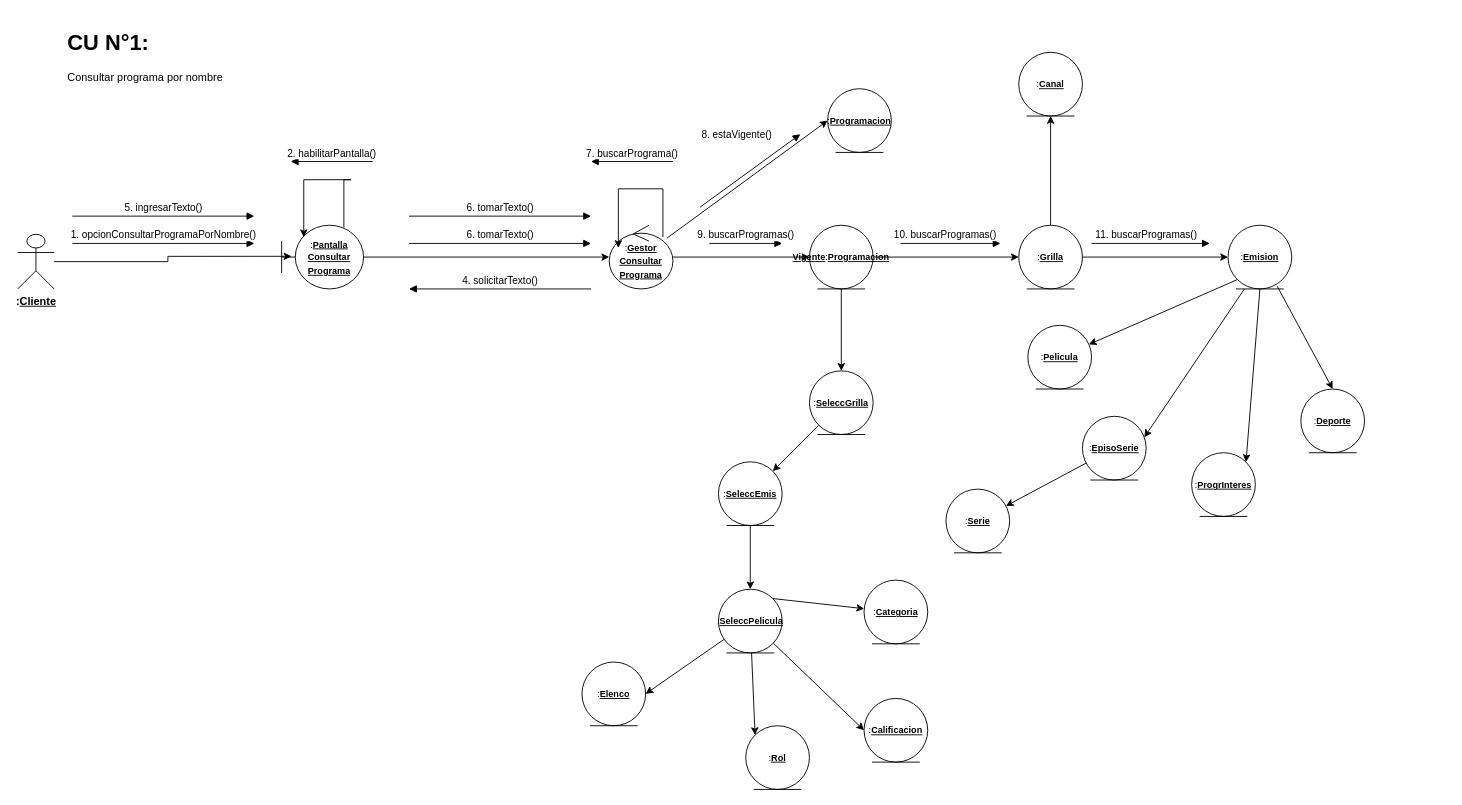
This is page "DiagCom" (1 of 2) of EmpresaCableDiagCom.drawio from narielponce/Prueba, a draw.io file, before an edit. Source tidied: cells renumbered, new cells numbered last; positions are measured from the earlier drawing's top-left corner, leaving out a move shared by most shapes. Both pictures are drawn from the tidied source at 91%, with x=0, y=0 at pixel (17, 25).
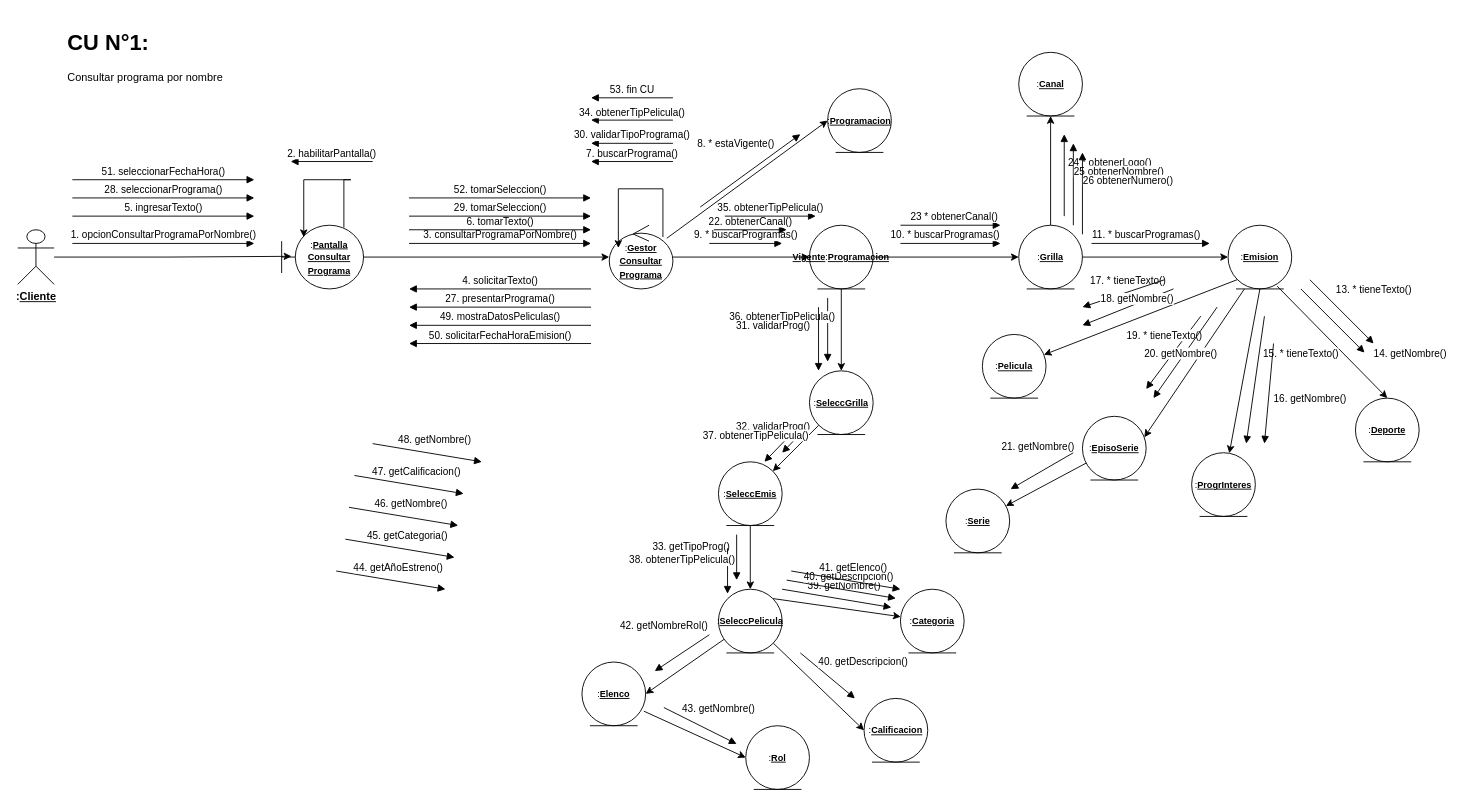
Above is the later version.

Unchanged cells that the change refers to:
```xml
<mxCell id="31" value="&lt;font style=&quot;font-size: 10px&quot;&gt;:&lt;u&gt;&lt;b&gt;Emision&lt;/b&gt;&lt;/u&gt;&lt;/font&gt;" style="ellipse;shape=umlEntity;whiteSpace=wrap;html=1;" parent="1" vertex="1">
  <mxGeometry x="1330" y="220" width="70" height="70" as="geometry" />
</mxCell>
<mxCell id="37" value="&lt;font style=&quot;font-size: 10px&quot;&gt;:&lt;u&gt;&lt;b&gt;ProgrInteres&lt;/b&gt;&lt;/u&gt;&lt;/font&gt;" style="ellipse;shape=umlEntity;whiteSpace=wrap;html=1;" parent="1" vertex="1">
  <mxGeometry x="1290" y="470" width="70" height="70" as="geometry" />
</mxCell>
<mxCell id="50" value="&lt;font style=&quot;font-size: 10px&quot;&gt;:&lt;u&gt;&lt;b&gt;SeleccPelicula&lt;/b&gt;&lt;/u&gt;&lt;/font&gt;" style="ellipse;shape=umlEntity;whiteSpace=wrap;html=1;" parent="1" vertex="1">
  <mxGeometry x="770" y="620" width="70" height="70" as="geometry" />
</mxCell>
<mxCell id="53" value="&lt;font style=&quot;font-size: 10px&quot;&gt;:&lt;u&gt;&lt;b&gt;Rol&lt;/b&gt;&lt;/u&gt;&lt;/font&gt;" style="ellipse;shape=umlEntity;whiteSpace=wrap;html=1;" parent="1" vertex="1">
  <mxGeometry x="800" y="770" width="70" height="70" as="geometry" />
</mxCell>
<mxCell id="54" value="&lt;font style=&quot;font-size: 10px&quot;&gt;:&lt;u&gt;&lt;b&gt;Elenco&lt;/b&gt;&lt;/u&gt;&lt;/font&gt;" style="ellipse;shape=umlEntity;whiteSpace=wrap;html=1;" parent="1" vertex="1">
  <mxGeometry x="620" y="700" width="70" height="70" as="geometry" />
</mxCell>
```

Diff of the diagram source:
```diff
@@
     <mxCell id="3" value="&lt;b&gt;:&lt;u&gt;Cliente&lt;/u&gt;&lt;/b&gt;" style="shape=umlActor;verticalLabelPosition=bottom;verticalAlign=top;html=1;" parent="1" vertex="1">
-      <mxGeometry y="230" width="40" height="60" as="geometry" />
+      <mxGeometry y="225" width="40" height="60" as="geometry" />
     </mxCell>
@@
-    <mxCell id="12" value="&lt;div&gt;8. estaVigente()&lt;/div&gt;" style="html=1;verticalAlign=bottom;endArrow=block;rounded=0;" parent="1" edge="1">
-      <mxGeometry x="0.08" y="33" relative="1" as="geometry">
+    <mxCell id="12" value="&lt;div&gt;8. * estaVigente()&lt;/div&gt;" style="html=1;verticalAlign=bottom;endArrow=block;rounded=0;" parent="1" edge="1">
+      <mxGeometry x="-0.01" y="25" relative="1" as="geometry">
         <mxPoint x="750" y="200" as="sourcePoint" />
         <mxPoint x="860" y="120" as="targetPoint" />
       </mxGeometry>
     </mxCell>
@@
-    <mxCell id="16" value="&lt;div&gt;6. tomarTexto()&lt;/div&gt;" style="html=1;verticalAlign=bottom;endArrow=block;rounded=0;" parent="1" edge="1">
-      <mxGeometry relative="1" as="geometry">
-        <mxPoint x="430" y="210" as="sourcePoint" />
-        <mxPoint x="630" y="210" as="targetPoint" />
-      </mxGeometry>
-    </mxCell>
@@
-    <mxCell id="21" value="&lt;div&gt;6. tomarTexto()&lt;/div&gt;" style="html=1;verticalAlign=bottom;endArrow=block;rounded=0;" parent="1" edge="1">
+    <mxCell id="21" value="3. consultarProgramaPorNombre()" style="html=1;verticalAlign=bottom;endArrow=block;rounded=0;" parent="1" edge="1">
       <mxGeometry relative="1" as="geometry">
         <mxPoint x="430" y="240" as="sourcePoint" />
         <mxPoint x="630" y="240" as="targetPoint" />
       </mxGeometry>
     </mxCell>
@@
-    <mxCell id="24" value="&lt;div&gt;9. buscarProgramas()&lt;/div&gt;" style="html=1;verticalAlign=bottom;endArrow=block;rounded=0;" parent="1" edge="1">
+    <mxCell id="24" value="&lt;div&gt;9. * buscarProgramas()&lt;/div&gt;" style="html=1;verticalAlign=bottom;endArrow=block;rounded=0;" parent="1" edge="1">
       <mxGeometry relative="1" as="geometry">
         <mxPoint x="760" y="240" as="sourcePoint" />
         <mxPoint x="840" y="240" as="targetPoint" />
       </mxGeometry>
     </mxCell>
@@
-    <mxCell id="28" value="&lt;div&gt;10. buscarProgramas()&lt;/div&gt;" style="html=1;verticalAlign=bottom;endArrow=block;rounded=0;" parent="1" edge="1">
+    <mxCell id="28" value="&lt;div&gt;10. * buscarProgramas()&lt;/div&gt;" style="html=1;verticalAlign=bottom;endArrow=block;rounded=0;" parent="1" edge="1">
       <mxGeometry x="-0.11" relative="1" as="geometry">
         <mxPoint x="970" y="240" as="sourcePoint" />
         <mxPoint x="1080" y="240" as="targetPoint" />
       </mxGeometry>
     </mxCell>
@@
-    <mxCell id="30" value="&lt;div&gt;11. buscarProgramas()&lt;/div&gt;" style="html=1;verticalAlign=bottom;endArrow=block;rounded=0;" parent="1" edge="1">
+    <mxCell id="30" value="&lt;div&gt;11. * buscarProgramas()&lt;/div&gt;" style="html=1;verticalAlign=bottom;endArrow=block;rounded=0;" parent="1" edge="1">
       <mxGeometry x="-0.08" relative="1" as="geometry">
         <mxPoint x="1180" y="240" as="sourcePoint" />
         <mxPoint x="1310" y="240" as="targetPoint" />
       </mxGeometry>
     </mxCell>
@@
-    <mxCell id="33" style="edgeStyle=none;rounded=0;jettySize=auto;html=1;entryX=1;entryY=0;entryDx=0;entryDy=0;fontSize=10;exitX=0.5;exitY=1;exitDx=0;exitDy=0;" parent="1" edge="1" source="31" target="37">
+    <mxCell id="33" style="edgeStyle=none;rounded=0;jettySize=auto;html=1;fontSize=10;exitX=0.5;exitY=1;exitDx=0;exitDy=0;" parent="1" edge="1" source="31" target="37">
       <mxGeometry relative="1" as="geometry" />
     </mxCell>
@@
     <mxCell id="36" value="&lt;font style=&quot;font-size: 10px&quot;&gt;:&lt;u&gt;&lt;b&gt;&lt;font style=&quot;font-size: 10px&quot;&gt;Deporte&lt;/font&gt;&lt;/b&gt;&lt;/u&gt;&lt;/font&gt;" style="ellipse;shape=umlEntity;whiteSpace=wrap;html=1;" parent="1" vertex="1">
-      <mxGeometry x="1410" y="400" width="70" height="70" as="geometry" />
+      <mxGeometry x="1470" y="410" width="70" height="70" as="geometry" />
     </mxCell>
@@
     <mxCell id="41" value="&lt;font style=&quot;font-size: 10px&quot;&gt;:&lt;u&gt;&lt;b&gt;Pelicula&lt;/b&gt;&lt;/u&gt;&lt;/font&gt;" style="ellipse;shape=umlEntity;whiteSpace=wrap;html=1;" parent="1" vertex="1">
-      <mxGeometry x="1110" y="330" width="70" height="70" as="geometry" />
+      <mxGeometry x="1060" y="340" width="70" height="70" as="geometry" />
     </mxCell>
@@
-    <mxCell id="48" style="edgeStyle=none;rounded=0;jettySize=auto;html=1;entryX=0;entryY=0;entryDx=0;entryDy=0;fontSize=10;" parent="1" edge="1" source="50" target="53">
+    <mxCell id="48" style="edgeStyle=none;rounded=0;jettySize=auto;html=1;entryX=0;entryY=0.5;entryDx=0;entryDy=0;fontSize=10;exitX=0.971;exitY=0.771;exitDx=0;exitDy=0;exitPerimeter=0;" parent="1" edge="1" source="54" target="53">
       <mxGeometry relative="1" as="geometry" />
     </mxCell>
@@
     <mxCell id="51" value="&lt;font style=&quot;font-size: 10px&quot;&gt;:&lt;u&gt;&lt;b&gt;Categoria&lt;/b&gt;&lt;/u&gt;&lt;/font&gt;" style="ellipse;shape=umlEntity;whiteSpace=wrap;html=1;" parent="1" vertex="1">
-      <mxGeometry x="930" y="610" width="70" height="70" as="geometry" />
+      <mxGeometry x="970" y="620" width="70" height="70" as="geometry" />
     </mxCell>
@@
+    <mxCell id="55" value="&lt;div&gt;13. * tieneTexto()&lt;/div&gt;" style="html=1;verticalAlign=bottom;endArrow=block;rounded=0;" parent="1" edge="1">
+      <mxGeometry x="0.29" y="35" relative="1" as="geometry">
+        <mxPoint x="1420" y="280" as="sourcePoint" />
+        <mxPoint x="1490" y="350" as="targetPoint" />
+        <mxPoint y="-1" as="offset" />
+      </mxGeometry>
+    </mxCell>
+    <mxCell id="56" value="&lt;div&gt;14. getNombre()&lt;/div&gt;" style="html=1;verticalAlign=bottom;endArrow=block;rounded=0;" parent="1" edge="1">
+      <mxGeometry x="1" y="51" relative="1" as="geometry">
+        <mxPoint x="1410" y="290" as="sourcePoint" />
+        <mxPoint x="1480" y="360" as="targetPoint" />
+        <mxPoint x="14" y="46" as="offset" />
+      </mxGeometry>
+    </mxCell>
+    <mxCell id="57" value="&lt;div&gt;15. * tieneTexto()&lt;/div&gt;" style="html=1;verticalAlign=bottom;endArrow=block;rounded=0;" parent="1" edge="1">
+      <mxGeometry x="-0.38" y="47" relative="1" as="geometry">
+        <mxPoint x="1370" y="320" as="sourcePoint" />
+        <mxPoint x="1350" y="460" as="targetPoint" />
+      </mxGeometry>
+    </mxCell>
+    <mxCell id="58" value="&lt;div&gt;16. getNombre()&lt;/div&gt;" style="html=1;verticalAlign=bottom;endArrow=block;rounded=0;" parent="1" edge="1">
+      <mxGeometry x="0.2" y="46" relative="1" as="geometry">
+        <mxPoint x="1380" y="350" as="sourcePoint" />
+        <mxPoint x="1370" y="460" as="targetPoint" />
+      </mxGeometry>
+    </mxCell>
+    <mxCell id="59" value="&lt;div&gt;19. * tieneTexto()&lt;/div&gt;" style="html=1;verticalAlign=bottom;endArrow=block;rounded=0;" parent="1" edge="1">
+      <mxGeometry x="-0.04" y="-14" relative="1" as="geometry">
+        <mxPoint x="1300" y="320" as="sourcePoint" />
+        <mxPoint x="1240" y="400" as="targetPoint" />
+      </mxGeometry>
+    </mxCell>
+    <mxCell id="60" value="20. getNombre()" style="html=1;verticalAlign=bottom;endArrow=block;rounded=0;" parent="1" edge="1">
+      <mxGeometry x="0.18" y="2" relative="1" as="geometry">
+        <mxPoint x="1318" y="310" as="sourcePoint" />
+        <mxPoint x="1248" y="410" as="targetPoint" />
+      </mxGeometry>
+    </mxCell>
+    <mxCell id="61" value="&lt;div&gt;17. * tieneTexto()&lt;/div&gt;" style="html=1;verticalAlign=bottom;endArrow=block;rounded=0;" parent="1" edge="1">
+      <mxGeometry x="-0.14" y="-19" relative="1" as="geometry">
+        <mxPoint x="1270" y="290" as="sourcePoint" />
+        <mxPoint x="1170" y="330" as="targetPoint" />
+        <mxPoint y="1" as="offset" />
+      </mxGeometry>
+    </mxCell>
+    <mxCell id="62" value="&lt;div&gt;18. getNombre()&lt;/div&gt;" style="html=1;verticalAlign=bottom;endArrow=block;rounded=0;" parent="1" edge="1">
+      <mxGeometry x="-0.2" y="19" relative="1" as="geometry">
+        <mxPoint x="1260" y="280" as="sourcePoint" />
+        <mxPoint x="1170" y="310" as="targetPoint" />
+      </mxGeometry>
+    </mxCell>
+    <mxCell id="63" value="&lt;div&gt;21. getNombre()&lt;/div&gt;" style="html=1;verticalAlign=bottom;endArrow=block;rounded=0;" parent="1" edge="1">
+      <mxGeometry x="-0.14" y="-19" relative="1" as="geometry">
+        <mxPoint x="1160" y="470" as="sourcePoint" />
+        <mxPoint x="1091" y="510" as="targetPoint" />
+        <mxPoint y="1" as="offset" />
+      </mxGeometry>
+    </mxCell>
+    <mxCell id="64" value="&lt;div&gt;22. obtenerCanal()&lt;/div&gt;" style="html=1;verticalAlign=bottom;endArrow=block;rounded=0;" parent="1" edge="1">
+      <mxGeometry relative="1" as="geometry">
+        <mxPoint x="765" y="225" as="sourcePoint" />
+        <mxPoint x="845" y="225" as="targetPoint" />
+      </mxGeometry>
+    </mxCell>
+    <mxCell id="65" value="&lt;div&gt;23 * obtenerCanal()&lt;/div&gt;" style="html=1;verticalAlign=bottom;endArrow=block;rounded=0;" parent="1" edge="1">
+      <mxGeometry x="0.07" relative="1" as="geometry">
+        <mxPoint x="970" y="220" as="sourcePoint" />
+        <mxPoint x="1080" y="220" as="targetPoint" />
+      </mxGeometry>
+    </mxCell>
+    <mxCell id="66" value="&lt;div&gt;24 * obtenerLogo()&lt;/div&gt;" style="html=1;verticalAlign=bottom;endArrow=block;rounded=0;" parent="1" edge="1">
+      <mxGeometry x="0.11" y="-50" relative="1" as="geometry">
+        <mxPoint x="1150" y="210" as="sourcePoint" />
+        <mxPoint x="1150" y="120" as="targetPoint" />
+      </mxGeometry>
+    </mxCell>
+    <mxCell id="67" value="&lt;div&gt;25 obtenerNombre()&lt;/div&gt;" style="html=1;verticalAlign=bottom;endArrow=block;rounded=0;" parent="1" edge="1">
+      <mxGeometry x="0.11" y="-50" relative="1" as="geometry">
+        <mxPoint x="1160" y="220" as="sourcePoint" />
+        <mxPoint x="1160" y="130" as="targetPoint" />
+      </mxGeometry>
+    </mxCell>
+    <mxCell id="68" value="&lt;div&gt;26 obtenerNumero()&lt;/div&gt;" style="html=1;verticalAlign=bottom;endArrow=block;rounded=0;" parent="1" edge="1">
+      <mxGeometry x="0.11" y="-50" relative="1" as="geometry">
+        <mxPoint x="1170" y="230" as="sourcePoint" />
+        <mxPoint x="1170" y="140" as="targetPoint" />
+      </mxGeometry>
+    </mxCell>
+    <mxCell id="69" value="&lt;div&gt;27. presentarPrograma()&lt;/div&gt;" style="html=1;verticalAlign=bottom;endArrow=block;rounded=0;" parent="1" edge="1">
+      <mxGeometry relative="1" as="geometry">
+        <mxPoint x="630" y="310" as="sourcePoint" />
+        <mxPoint x="430" y="310" as="targetPoint" />
+      </mxGeometry>
+    </mxCell>
+    <mxCell id="70" value="&lt;div&gt;28. seleccionarPrograma()&lt;/div&gt;" style="html=1;verticalAlign=bottom;endArrow=block;rounded=0;" parent="1" edge="1">
+      <mxGeometry relative="1" as="geometry">
+        <mxPoint x="60" y="190" as="sourcePoint" />
+        <mxPoint x="260" y="190" as="targetPoint" />
+      </mxGeometry>
+    </mxCell>
+    <mxCell id="16" value="&lt;div&gt;6. tomarTexto()&lt;/div&gt;" style="html=1;verticalAlign=bottom;endArrow=block;rounded=0;" parent="1" edge="1">
+      <mxGeometry relative="1" as="geometry">
+        <mxPoint x="430" y="225" as="sourcePoint" />
+        <mxPoint x="630" y="225" as="targetPoint" />
+      </mxGeometry>
+    </mxCell>
+    <mxCell id="71" value="&lt;div&gt;29. tomarSeleccion()&lt;/div&gt;" style="html=1;verticalAlign=bottom;endArrow=block;rounded=0;" parent="1" edge="1">
+      <mxGeometry relative="1" as="geometry">
+        <mxPoint x="430" y="210" as="sourcePoint" />
+        <mxPoint x="630" y="210" as="targetPoint" />
+      </mxGeometry>
+    </mxCell>
+    <mxCell id="72" value="30. validarTipoPrograma()" style="html=1;verticalAlign=bottom;endArrow=block;rounded=0;" parent="1" edge="1">
+      <mxGeometry relative="1" as="geometry">
+        <mxPoint x="720" y="130" as="sourcePoint" />
+        <mxPoint x="630" y="130" as="targetPoint" />
+      </mxGeometry>
+    </mxCell>
+    <mxCell id="73" value="&lt;div&gt;36. obtenerTipPelicula()&lt;/div&gt;" style="html=1;verticalAlign=bottom;endArrow=block;rounded=0;" parent="1" edge="1">
+      <mxGeometry x="-0.14" y="-50" relative="1" as="geometry">
+        <mxPoint x="890" y="300" as="sourcePoint" />
+        <mxPoint x="890" y="370" as="targetPoint" />
+      </mxGeometry>
+    </mxCell>
+    <mxCell id="74" value="&lt;div&gt;32. validarProg()&lt;/div&gt;" style="html=1;verticalAlign=bottom;endArrow=block;rounded=0;" parent="1" edge="1">
+      <mxGeometry x="0.64" y="-21" relative="1" as="geometry">
+        <mxPoint x="869" y="440" as="sourcePoint" />
+        <mxPoint x="840" y="470" as="targetPoint" />
+      </mxGeometry>
+    </mxCell>
+    <mxCell id="75" value="&lt;div&gt;33. getTipoProg()&lt;/div&gt;" style="html=1;verticalAlign=bottom;endArrow=block;rounded=0;" parent="1" edge="1">
+      <mxGeometry x="-0.14" y="-50" relative="1" as="geometry">
+        <mxPoint x="790" y="560" as="sourcePoint" />
+        <mxPoint x="790" y="610" as="targetPoint" />
+      </mxGeometry>
+    </mxCell>
+    <mxCell id="76" value="34. obtenerTipPelicula()" style="html=1;verticalAlign=bottom;endArrow=block;rounded=0;" parent="1" edge="1">
+      <mxGeometry relative="1" as="geometry">
+        <mxPoint x="720" y="104.5" as="sourcePoint" />
+        <mxPoint x="630" y="104.5" as="targetPoint" />
+      </mxGeometry>
+    </mxCell>
+    <mxCell id="77" value="35. obtenerTipPelicula()" style="html=1;verticalAlign=bottom;endArrow=block;rounded=0;" parent="1" edge="1">
+      <mxGeometry relative="1" as="geometry">
+        <mxPoint x="777" y="210" as="sourcePoint" />
+        <mxPoint x="877" y="210" as="targetPoint" />
+      </mxGeometry>
+    </mxCell>
+    <mxCell id="78" value="&lt;div&gt;31. validarProg()&lt;/div&gt;" style="html=1;verticalAlign=bottom;endArrow=block;rounded=0;" parent="1" edge="1">
+      <mxGeometry x="-0.14" y="-50" relative="1" as="geometry">
+        <mxPoint x="880" y="310" as="sourcePoint" />
+        <mxPoint x="880" y="380" as="targetPoint" />
+      </mxGeometry>
+    </mxCell>
+    <mxCell id="79" value="&lt;div&gt;37. obtenerTipPelicula()&lt;/div&gt;" style="html=1;verticalAlign=bottom;endArrow=block;rounded=0;" parent="1" edge="1">
+      <mxGeometry x="0.64" y="-21" relative="1" as="geometry">
+        <mxPoint x="849.5" y="450" as="sourcePoint" />
+        <mxPoint x="820.5" y="480" as="targetPoint" />
+      </mxGeometry>
+    </mxCell>
+    <mxCell id="80" value="&lt;div&gt;38. obtenerTipPelicula()&lt;/div&gt;" style="html=1;verticalAlign=bottom;endArrow=block;rounded=0;" parent="1" edge="1">
+      <mxGeometry x="-0.14" y="-50" relative="1" as="geometry">
+        <mxPoint x="780" y="575" as="sourcePoint" />
+        <mxPoint x="780" y="625" as="targetPoint" />
+      </mxGeometry>
+    </mxCell>
+    <mxCell id="81" value="39. getNombre()" style="html=1;verticalAlign=bottom;endArrow=block;rounded=0;" parent="1" edge="1">
+      <mxGeometry x="0.12" y="6" relative="1" as="geometry">
+        <mxPoint x="840" y="620" as="sourcePoint" />
+        <mxPoint x="960" y="640" as="targetPoint" />
+      </mxGeometry>
+    </mxCell>
+    <mxCell id="82" value="40. getDescripcion()" style="html=1;verticalAlign=bottom;endArrow=block;rounded=0;" parent="1" edge="1">
+      <mxGeometry x="0.7" y="29" relative="1" as="geometry">
+        <mxPoint x="860" y="690" as="sourcePoint" />
+        <mxPoint x="920" y="740" as="targetPoint" />
+        <mxPoint y="-1" as="offset" />
+      </mxGeometry>
+    </mxCell>
+    <mxCell id="83" value="42. getNombreRol()" style="html=1;verticalAlign=bottom;endArrow=block;rounded=0;" parent="1" edge="1">
+      <mxGeometry x="0.15" y="-28" relative="1" as="geometry">
+        <mxPoint x="760" y="670" as="sourcePoint" />
+        <mxPoint x="700" y="710" as="targetPoint" />
+      </mxGeometry>
+    </mxCell>
+    <mxCell id="84" value="43. getNombre()" style="html=1;verticalAlign=bottom;endArrow=block;rounded=0;" parent="1" edge="1">
+      <mxGeometry x="0.3" y="18" relative="1" as="geometry">
+        <mxPoint x="710" y="750" as="sourcePoint" />
+        <mxPoint x="790" y="790" as="targetPoint" />
+      </mxGeometry>
+    </mxCell>
+    <mxCell id="85" value="40. getDescripcion()" style="html=1;verticalAlign=bottom;endArrow=block;rounded=0;" parent="1" edge="1">
+      <mxGeometry x="0.12" y="6" relative="1" as="geometry">
+        <mxPoint x="845" y="610" as="sourcePoint" />
+        <mxPoint x="965" y="630" as="targetPoint" />
+      </mxGeometry>
+    </mxCell>
+    <mxCell id="86" value="41. getElenco()" style="html=1;verticalAlign=bottom;endArrow=block;rounded=0;" parent="1" edge="1">
+      <mxGeometry x="0.12" y="6" relative="1" as="geometry">
+        <mxPoint x="850" y="600" as="sourcePoint" />
+        <mxPoint x="970" y="620" as="targetPoint" />
+      </mxGeometry>
+    </mxCell>
+    <mxCell id="87" value="&lt;div&gt;51. seleccionarFechaHora()&lt;/div&gt;" style="html=1;verticalAlign=bottom;endArrow=block;rounded=0;" parent="1" edge="1">
+      <mxGeometry relative="1" as="geometry">
+        <mxPoint x="60" y="170" as="sourcePoint" />
+        <mxPoint x="260" y="170" as="targetPoint" />
+      </mxGeometry>
+    </mxCell>
+    <mxCell id="88" value="&lt;div&gt;52. tomarSeleccion()&lt;/div&gt;" style="html=1;verticalAlign=bottom;endArrow=block;rounded=0;" parent="1" edge="1">
+      <mxGeometry relative="1" as="geometry">
+        <mxPoint x="430" y="190" as="sourcePoint" />
+        <mxPoint x="630" y="190" as="targetPoint" />
+      </mxGeometry>
+    </mxCell>
+    <mxCell id="89" value="53. fin CU" style="html=1;verticalAlign=bottom;endArrow=block;rounded=0;" parent="1" edge="1">
+      <mxGeometry relative="1" as="geometry">
+        <mxPoint x="720" y="80" as="sourcePoint" />
+        <mxPoint x="630" y="80" as="targetPoint" />
+      </mxGeometry>
+    </mxCell>
+    <mxCell id="90" value="&lt;div&gt;49. mostraDatosPeliculas()&lt;/div&gt;" style="html=1;verticalAlign=bottom;endArrow=block;rounded=0;" parent="1" edge="1">
+      <mxGeometry relative="1" as="geometry">
+        <mxPoint x="630" y="330" as="sourcePoint" />
+        <mxPoint x="430" y="330" as="targetPoint" />
+      </mxGeometry>
+    </mxCell>
+    <mxCell id="91" value="44. getAñoEstreno()" style="html=1;verticalAlign=bottom;endArrow=block;rounded=0;" parent="1" edge="1">
+      <mxGeometry x="0.12" y="6" relative="1" as="geometry">
+        <mxPoint x="350" y="600" as="sourcePoint" />
+        <mxPoint x="470" y="620" as="targetPoint" />
+      </mxGeometry>
+    </mxCell>
+    <mxCell id="92" value="45. getCategoria()" style="html=1;verticalAlign=bottom;endArrow=block;rounded=0;" parent="1" edge="1">
+      <mxGeometry x="0.12" y="6" relative="1" as="geometry">
+        <mxPoint x="360" y="565" as="sourcePoint" />
+        <mxPoint x="480" y="585" as="targetPoint" />
+      </mxGeometry>
+    </mxCell>
+    <mxCell id="93" value="46. getNombre()" style="html=1;verticalAlign=bottom;endArrow=block;rounded=0;" parent="1" edge="1">
+      <mxGeometry x="0.12" y="6" relative="1" as="geometry">
+        <mxPoint x="364" y="530" as="sourcePoint" />
+        <mxPoint x="484" y="550" as="targetPoint" />
+      </mxGeometry>
+    </mxCell>
+    <mxCell id="94" value="47. getCalificacion()" style="html=1;verticalAlign=bottom;endArrow=block;rounded=0;" parent="1" edge="1">
+      <mxGeometry x="0.12" y="6" relative="1" as="geometry">
+        <mxPoint x="370" y="495" as="sourcePoint" />
+        <mxPoint x="490" y="515" as="targetPoint" />
+      </mxGeometry>
+    </mxCell>
+    <mxCell id="95" value="48. getNombre()" style="html=1;verticalAlign=bottom;endArrow=block;rounded=0;" parent="1" edge="1">
+      <mxGeometry x="0.12" y="6" relative="1" as="geometry">
+        <mxPoint x="390" y="460" as="sourcePoint" />
+        <mxPoint x="510" y="480" as="targetPoint" />
+      </mxGeometry>
+    </mxCell>
+    <mxCell id="96" value="&lt;div&gt;50. solicitarFechaHoraEmision()&lt;/div&gt;" style="html=1;verticalAlign=bottom;endArrow=block;rounded=0;" parent="1" edge="1">
+      <mxGeometry relative="1" as="geometry">
+        <mxPoint x="630" y="350" as="sourcePoint" />
+        <mxPoint x="430" y="350" as="targetPoint" />
+      </mxGeometry>
+    </mxCell>
```
